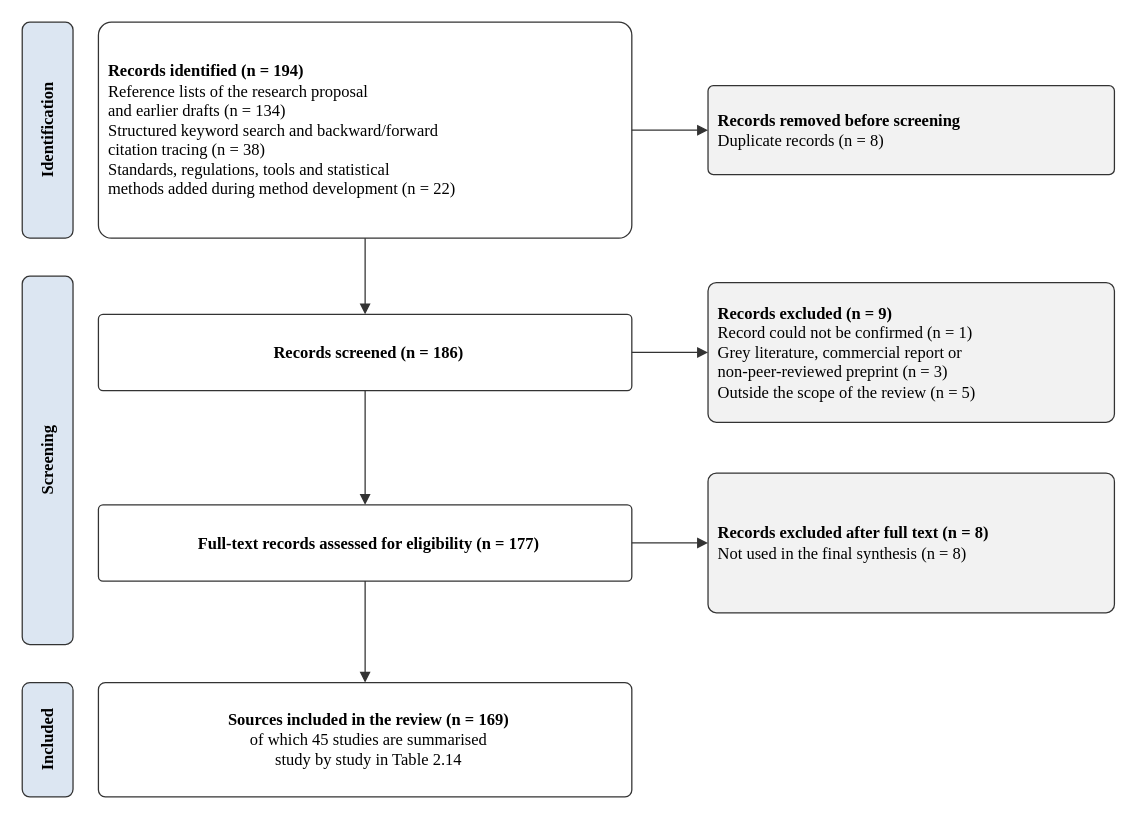
Before: figures/fig2_1_prisma.drawio in RukhDaud/saai-quantum-thesis, a draw.io diagram. Source tidied: cells renumbered, new cells numbered last; positions are measured from the earlier drawing's top-left corner, leaving out a move shared by most shapes. Both pictures are drawn from the tidied source at 127%, with x=0, y=0 at pixel (22, 22).
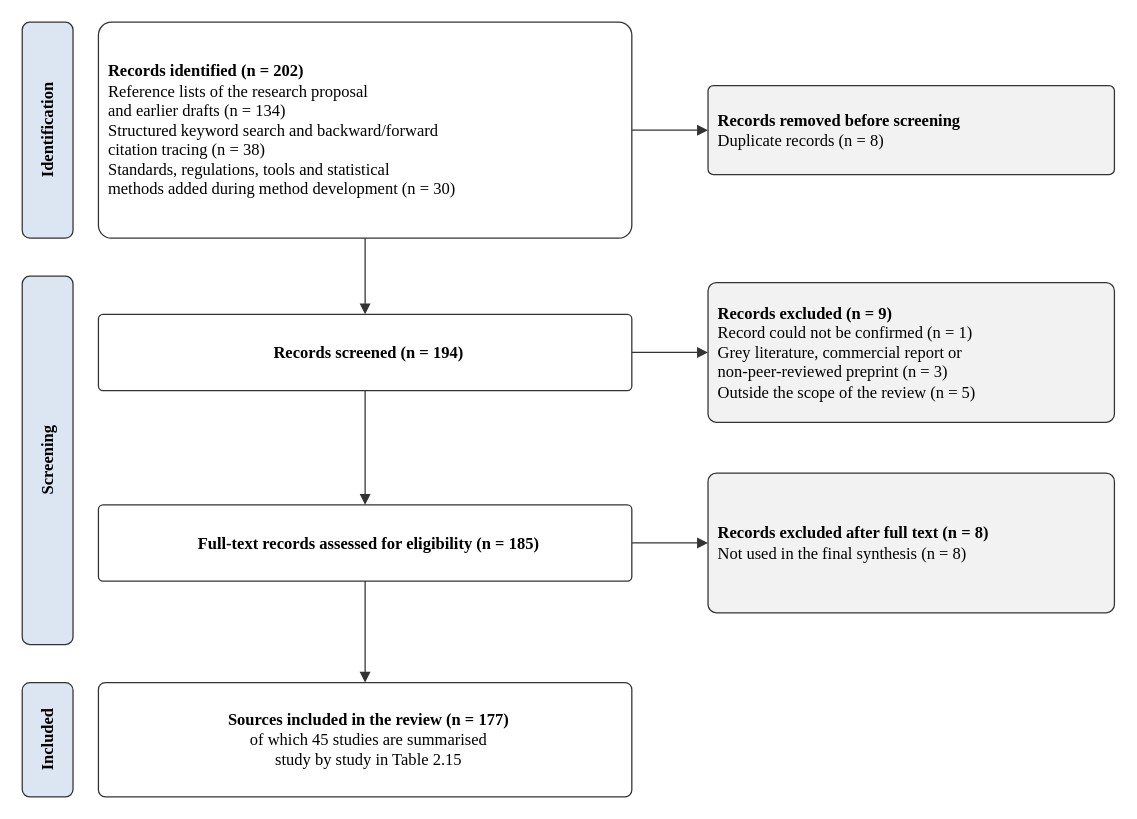
After the change.

Commit message (it also covers changes not shown here):
Extended analyses: optimum ties, boundary misses, friction by size, esmini invariance; thesis structure figure; review-years figure

What changed in the source:
```diff
@@
 <mxGraphModel>
   <root>
     <mxCell id="0" />
     <mxCell id="1" parent="0" />
     <mxCell id="2" value="&lt;b&gt;Identification&lt;/b&gt;" style="rounded=1;whiteSpace=wrap;html=1;fillColor=#DCE6F2;strokeColor=#333333;fontFamily=Times New Roman;fontSize=13;horizontal=0;" parent="1" vertex="1">
       <mxGeometry width="40" height="170" as="geometry" />
     </mxCell>
     <mxCell id="3" value="&lt;b&gt;Screening&lt;/b&gt;" style="rounded=1;whiteSpace=wrap;html=1;fillColor=#DCE6F2;strokeColor=#333333;fontFamily=Times New Roman;fontSize=13;horizontal=0;" parent="1" vertex="1">
       <mxGeometry y="200" width="40" height="290" as="geometry" />
     </mxCell>
     <mxCell id="4" value="&lt;b&gt;Included&lt;/b&gt;" style="rounded=1;whiteSpace=wrap;html=1;fillColor=#DCE6F2;strokeColor=#333333;fontFamily=Times New Roman;fontSize=13;horizontal=0;" parent="1" vertex="1">
       <mxGeometry y="520" width="40" height="90" as="geometry" />
     </mxCell>
-    <mxCell id="5" value="&lt;b&gt;Records identified (n = 194)&lt;/b&gt;&lt;br&gt;Reference lists of the research proposal&lt;br&gt;and earlier drafts (n = 134)&lt;br&gt;Structured keyword search and backward/forward&lt;br&gt;citation tracing (n = 38)&lt;br&gt;Standards, regulations, tools and statistical&lt;br&gt;methods added during method development (n = 22)" style="rounded=1;whiteSpace=wrap;html=1;fillColor=#FFFFFF;strokeColor=#333333;fontFamily=Times New Roman;fontSize=13;align=left;spacingLeft=6;arcSize=6;" parent="1" vertex="1">
+    <mxCell id="5" value="&lt;b&gt;Records identified (n = 202)&lt;/b&gt;&lt;br&gt;Reference lists of the research proposal&lt;br&gt;and earlier drafts (n = 134)&lt;br&gt;Structured keyword search and backward/forward&lt;br&gt;citation tracing (n = 38)&lt;br&gt;Standards, regulations, tools and statistical&lt;br&gt;methods added during method development (n = 30)" style="rounded=1;whiteSpace=wrap;html=1;fillColor=#FFFFFF;strokeColor=#333333;fontFamily=Times New Roman;fontSize=13;align=left;spacingLeft=6;arcSize=6;" parent="1" vertex="1">
       <mxGeometry x="60" width="420" height="170" as="geometry" />
     </mxCell>
     <mxCell id="6" value="&lt;b&gt;Records removed before screening&lt;/b&gt;&lt;br&gt;Duplicate records (n = 8)" style="rounded=1;whiteSpace=wrap;html=1;fillColor=#F2F2F2;strokeColor=#333333;fontFamily=Times New Roman;fontSize=13;align=left;spacingLeft=6;arcSize=6;" parent="1" vertex="1">
       <mxGeometry x="540" y="50" width="320" height="70" as="geometry" />
     </mxCell>
-    <mxCell id="7" value="&lt;b&gt;Records screened (n = 186)&lt;/b&gt;" style="rounded=1;whiteSpace=wrap;html=1;fillColor=#FFFFFF;strokeColor=#333333;fontFamily=Times New Roman;fontSize=13;align=center;spacingLeft=6;arcSize=6;" parent="1" vertex="1">
+    <mxCell id="7" value="&lt;b&gt;Records screened (n = 194)&lt;/b&gt;" style="rounded=1;whiteSpace=wrap;html=1;fillColor=#FFFFFF;strokeColor=#333333;fontFamily=Times New Roman;fontSize=13;align=center;spacingLeft=6;arcSize=6;" parent="1" vertex="1">
       <mxGeometry x="60" y="230" width="420" height="60" as="geometry" />
     </mxCell>
     <mxCell id="8" value="&lt;b&gt;Records excluded (n = 9)&lt;/b&gt;&lt;br&gt;Record could not be confirmed (n = 1)&lt;br&gt;Grey literature, commercial report or&lt;br&gt;non-peer-reviewed preprint (n = 3)&lt;br&gt;Outside the scope of the review (n = 5)" style="rounded=1;whiteSpace=wrap;html=1;fillColor=#F2F2F2;strokeColor=#333333;fontFamily=Times New Roman;fontSize=13;align=left;spacingLeft=6;arcSize=6;" parent="1" vertex="1">
       <mxGeometry x="540" y="205" width="320" height="110" as="geometry" />
     </mxCell>
-    <mxCell id="9" value="&lt;b&gt;Full-text records assessed for eligibility (n = 177)&lt;/b&gt;" style="rounded=1;whiteSpace=wrap;html=1;fillColor=#FFFFFF;strokeColor=#333333;fontFamily=Times New Roman;fontSize=13;align=center;spacingLeft=6;arcSize=6;" parent="1" vertex="1">
+    <mxCell id="9" value="&lt;b&gt;Full-text records assessed for eligibility (n = 185)&lt;/b&gt;" style="rounded=1;whiteSpace=wrap;html=1;fillColor=#FFFFFF;strokeColor=#333333;fontFamily=Times New Roman;fontSize=13;align=center;spacingLeft=6;arcSize=6;" parent="1" vertex="1">
       <mxGeometry x="60" y="380" width="420" height="60" as="geometry" />
     </mxCell>
     <mxCell id="10" value="&lt;b&gt;Records excluded after full text (n = 8)&lt;/b&gt;&lt;br&gt;Not used in the final synthesis (n = 8)" style="rounded=1;whiteSpace=wrap;html=1;fillColor=#F2F2F2;strokeColor=#333333;fontFamily=Times New Roman;fontSize=13;align=left;spacingLeft=6;arcSize=6;" parent="1" vertex="1">
       <mxGeometry x="540" y="355" width="320" height="110" as="geometry" />
     </mxCell>
-    <mxCell id="11" value="&lt;b&gt;Sources included in the review (n = 169)&lt;/b&gt;&lt;br&gt;of which 45 studies are summarised&lt;br&gt;study by study in Table 2.14" style="rounded=1;whiteSpace=wrap;html=1;fillColor=#FFFFFF;strokeColor=#333333;fontFamily=Times New Roman;fontSize=13;align=center;spacingLeft=6;arcSize=6;" parent="1" vertex="1">
+    <mxCell id="11" value="&lt;b&gt;Sources included in the review (n = 177)&lt;/b&gt;&lt;br&gt;of which 45 studies are summarised&lt;br&gt;study by study in Table 2.15" style="rounded=1;whiteSpace=wrap;html=1;fillColor=#FFFFFF;strokeColor=#333333;fontFamily=Times New Roman;fontSize=13;align=center;spacingLeft=6;arcSize=6;" parent="1" vertex="1">
       <mxGeometry x="60" y="520" width="420" height="90" as="geometry" />
     </mxCell>
     <mxCell id="12" style="edgeStyle=orthogonalEdgeStyle;rounded=0;html=1;endArrow=block;endFill=1;strokeColor=#333333;exitX=0.5;exitY=1;entryX=0.5;entryY=0;fontFamily=Times New Roman;fontSize=11;fontStyle=2;" parent="1" edge="1" source="5" target="7">
       <mxGeometry relative="1" as="geometry" />
     </mxCell>
     <mxCell id="13" style="edgeStyle=orthogonalEdgeStyle;rounded=0;html=1;endArrow=block;endFill=1;strokeColor=#333333;exitX=1;exitY=0.5;entryX=0;entryY=0.5;fontFamily=Times New Roman;fontSize=11;fontStyle=2;" parent="1" edge="1" source="5" target="6">
       <mxGeometry relative="1" as="geometry" />
     </mxCell>
     <mxCell id="14" style="edgeStyle=orthogonalEdgeStyle;rounded=0;html=1;endArrow=block;endFill=1;strokeColor=#333333;exitX=0.5;exitY=1;entryX=0.5;entryY=0;fontFamily=Times New Roman;fontSize=11;fontStyle=2;" parent="1" edge="1" source="7" target="9">
       <mxGeometry relative="1" as="geometry" />
     </mxCell>
     <mxCell id="15" style="edgeStyle=orthogonalEdgeStyle;rounded=0;html=1;endArrow=block;endFill=1;strokeColor=#333333;exitX=1;exitY=0.5;entryX=0;entryY=0.5;fontFamily=Times New Roman;fontSize=11;fontStyle=2;" parent="1" edge="1" source="7" target="8">
       <mxGeometry relative="1" as="geometry" />
     </mxCell>
     <mxCell id="16" style="edgeStyle=orthogonalEdgeStyle;rounded=0;html=1;endArrow=block;endFill=1;strokeColor=#333333;exitX=0.5;exitY=1;entryX=0.5;entryY=0;fontFamily=Times New Roman;fontSize=11;fontStyle=2;" parent="1" edge="1" source="9" target="11">
       <mxGeometry relative="1" as="geometry" />
     </mxCell>
     <mxCell id="17" style="edgeStyle=orthogonalEdgeStyle;rounded=0;html=1;endArrow=block;endFill=1;strokeColor=#333333;exitX=1;exitY=0.5;entryX=0;entryY=0.5;fontFamily=Times New Roman;fontSize=11;fontStyle=2;" parent="1" edge="1" source="9" target="10">
       <mxGeometry relative="1" as="geometry" />
     </mxCell>
   </root>
 </mxGraphModel>
```
